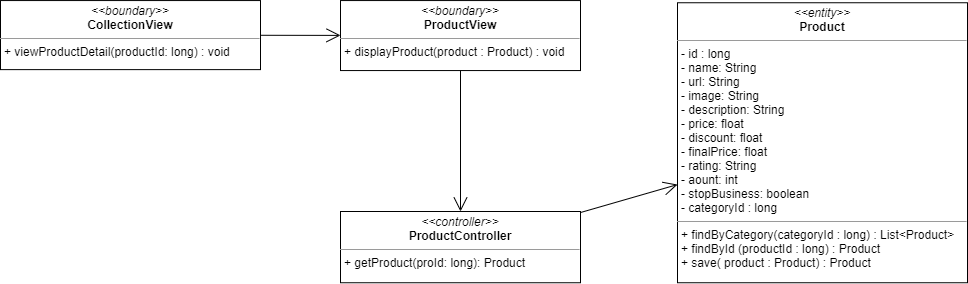
Earlier version of the draw.io export image-class/get-productDetail-class-diagram.png (nguyenphamvan/datn_20202). Source tidied: cells renumbered, new cells last; positions are measured from the earlier drawing's top-left corner, leaving out a move shared by most shapes. Its diagram source:
```xml
<mxGraphModel>
  <root>
    <mxCell id="0" />
    <mxCell id="1" parent="0" />
    <mxCell id="2" value="&lt;p style=&quot;margin: 0px ; margin-top: 4px ; text-align: center&quot;&gt;&lt;i&gt;&amp;lt;&amp;lt;boundary&amp;gt;&amp;gt;&lt;/i&gt;&lt;br&gt;&lt;b&gt;ProductView&lt;/b&gt;&lt;/p&gt;&lt;hr size=&quot;1&quot;&gt;&lt;p style=&quot;margin: 0px ; margin-left: 4px&quot;&gt;&lt;span&gt;+ displayProduct(product : Product) : void&lt;/span&gt;&lt;/p&gt;" style="verticalAlign=top;align=left;overflow=fill;fontSize=12;fontFamily=Helvetica;html=1;" parent="1" vertex="1">
      <mxGeometry x="340" y="0.1" width="240" height="70" as="geometry" />
    </mxCell>
    <mxCell id="3" value="&lt;p style=&quot;margin: 0px ; margin-top: 4px ; text-align: center&quot;&gt;&lt;i&gt;&amp;lt;&amp;lt;controller&amp;gt;&amp;gt;&lt;/i&gt;&lt;br&gt;&lt;b&gt;ProductController&lt;/b&gt;&lt;/p&gt;&lt;hr size=&quot;1&quot;&gt;&lt;p style=&quot;margin: 0px ; margin-left: 4px&quot;&gt;+ getProduct(proId: long): Product&lt;br&gt;&lt;/p&gt;" style="verticalAlign=top;align=left;overflow=fill;fontSize=12;fontFamily=Helvetica;html=1;" parent="1" vertex="1">
      <mxGeometry x="340" y="211" width="240" height="71.2" as="geometry" />
    </mxCell>
    <mxCell id="4" value="&lt;p style=&quot;margin: 0px ; margin-top: 4px ; text-align: center&quot;&gt;&lt;i&gt;&amp;lt;&amp;lt;entity&amp;gt;&amp;gt;&lt;/i&gt;&lt;br&gt;&lt;b&gt;Product&lt;/b&gt;&lt;/p&gt;&lt;hr size=&quot;1&quot;&gt;&lt;p style=&quot;margin: 0px ; margin-left: 4px&quot;&gt;- id : long&lt;/p&gt;&lt;p style=&quot;margin: 0px ; margin-left: 4px&quot;&gt;- name: String&lt;br&gt;- url: String&lt;/p&gt;&lt;p style=&quot;margin: 0px ; margin-left: 4px&quot;&gt;- image: String&lt;/p&gt;&lt;p style=&quot;margin: 0px ; margin-left: 4px&quot;&gt;- description: String&lt;/p&gt;&lt;p style=&quot;margin: 0px ; margin-left: 4px&quot;&gt;- price: float&lt;/p&gt;&lt;p style=&quot;margin: 0px ; margin-left: 4px&quot;&gt;- discount: float&lt;/p&gt;&lt;p style=&quot;margin: 0px ; margin-left: 4px&quot;&gt;- finalPrice: float&lt;/p&gt;&lt;p style=&quot;margin: 0px ; margin-left: 4px&quot;&gt;- rating: String&lt;/p&gt;&lt;p style=&quot;margin: 0px ; margin-left: 4px&quot;&gt;- aount: int&lt;/p&gt;&lt;p style=&quot;margin: 0px ; margin-left: 4px&quot;&gt;- stopBusiness: boolean&lt;/p&gt;&lt;p style=&quot;margin: 0px ; margin-left: 4px&quot;&gt;- categoryId : long&lt;/p&gt;&lt;hr size=&quot;1&quot;&gt;&lt;p style=&quot;margin: 0px 0px 0px 4px&quot;&gt;+ findByCategory(categoryId : long) : List&amp;lt;Product&amp;gt;&lt;/p&gt;&lt;p style=&quot;margin: 0px 0px 0px 4px&quot;&gt;+ findById (productId : long) : Product&lt;/p&gt;&lt;p style=&quot;margin: 0px 0px 0px 4px&quot;&gt;+ save( product : Product) : Product&lt;/p&gt;" style="verticalAlign=top;align=left;overflow=fill;fontSize=12;fontFamily=Helvetica;html=1;" parent="1" vertex="1">
      <mxGeometry x="677" y="2.2" width="290" height="280" as="geometry" />
    </mxCell>
    <mxCell id="5" style="endArrow=open;endFill=1;endSize=12;html=1;" parent="1" edge="1" source="3" target="4">
      <mxGeometry relative="1" as="geometry" />
    </mxCell>
    <mxCell id="6" value="&lt;p style=&quot;margin: 0px ; margin-top: 4px ; text-align: center&quot;&gt;&lt;i&gt;&amp;lt;&amp;lt;boundary&amp;gt;&amp;gt;&lt;/i&gt;&lt;br&gt;&lt;b&gt;CollectionView&lt;/b&gt;&lt;/p&gt;&lt;hr size=&quot;1&quot;&gt;&lt;p style=&quot;margin: 0px ; margin-left: 4px&quot;&gt;&lt;span&gt;+ viewProductDetail(productId: long) : void&lt;/span&gt;&lt;/p&gt;" style="verticalAlign=top;align=left;overflow=fill;fontSize=12;fontFamily=Helvetica;html=1;" parent="1" vertex="1">
      <mxGeometry y="0.1" width="260" height="69.1" as="geometry" />
    </mxCell>
    <mxCell id="7" style="endArrow=open;endFill=1;endSize=12;html=1;" parent="1" edge="1" source="6" target="2">
      <mxGeometry relative="1" as="geometry" />
    </mxCell>
    <mxCell id="8" style="endArrow=open;endFill=1;endSize=12;html=1;" parent="1" edge="1" source="2" target="3">
      <mxGeometry relative="1" as="geometry" />
    </mxCell>
  </root>
</mxGraphModel>
```
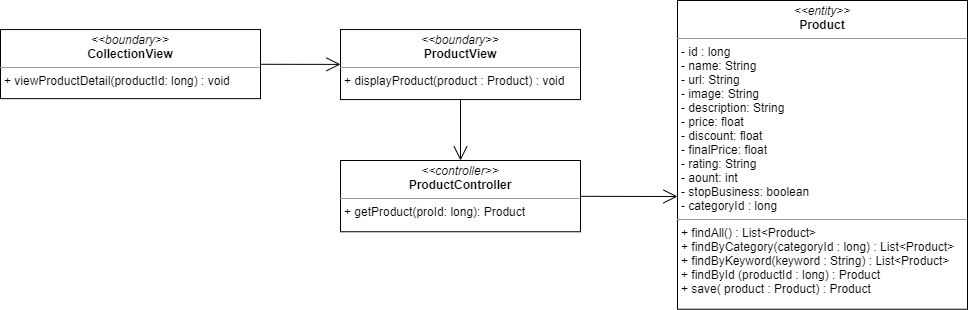
The same diagram one commit later.

The edit, as a diff of the source:
```diff
@@ -6,13 +6,15 @@
       <mxGeometry x="340" y="0.1" width="240" height="70" as="geometry" />
     </mxCell>
     <mxCell id="3" value="&lt;p style=&quot;margin: 0px ; margin-top: 4px ; text-align: center&quot;&gt;&lt;i&gt;&amp;lt;&amp;lt;controller&amp;gt;&amp;gt;&lt;/i&gt;&lt;br&gt;&lt;b&gt;ProductController&lt;/b&gt;&lt;/p&gt;&lt;hr size=&quot;1&quot;&gt;&lt;p style=&quot;margin: 0px ; margin-left: 4px&quot;&gt;+ getProduct(proId: long): Product&lt;br&gt;&lt;/p&gt;" style="verticalAlign=top;align=left;overflow=fill;fontSize=12;fontFamily=Helvetica;html=1;" parent="1" vertex="1">
-      <mxGeometry x="340" y="211" width="240" height="71.2" as="geometry" />
+      <mxGeometry x="340" y="131" width="240" height="71.2" as="geometry" />
     </mxCell>
-    <mxCell id="4" value="&lt;p style=&quot;margin: 0px ; margin-top: 4px ; text-align: center&quot;&gt;&lt;i&gt;&amp;lt;&amp;lt;entity&amp;gt;&amp;gt;&lt;/i&gt;&lt;br&gt;&lt;b&gt;Product&lt;/b&gt;&lt;/p&gt;&lt;hr size=&quot;1&quot;&gt;&lt;p style=&quot;margin: 0px ; margin-left: 4px&quot;&gt;- id : long&lt;/p&gt;&lt;p style=&quot;margin: 0px ; margin-left: 4px&quot;&gt;- name: String&lt;br&gt;- url: String&lt;/p&gt;&lt;p style=&quot;margin: 0px ; margin-left: 4px&quot;&gt;- image: String&lt;/p&gt;&lt;p style=&quot;margin: 0px ; margin-left: 4px&quot;&gt;- description: String&lt;/p&gt;&lt;p style=&quot;margin: 0px ; margin-left: 4px&quot;&gt;- price: float&lt;/p&gt;&lt;p style=&quot;margin: 0px ; margin-left: 4px&quot;&gt;- discount: float&lt;/p&gt;&lt;p style=&quot;margin: 0px ; margin-left: 4px&quot;&gt;- finalPrice: float&lt;/p&gt;&lt;p style=&quot;margin: 0px ; margin-left: 4px&quot;&gt;- rating: String&lt;/p&gt;&lt;p style=&quot;margin: 0px ; margin-left: 4px&quot;&gt;- aount: int&lt;/p&gt;&lt;p style=&quot;margin: 0px ; margin-left: 4px&quot;&gt;- stopBusiness: boolean&lt;/p&gt;&lt;p style=&quot;margin: 0px ; margin-left: 4px&quot;&gt;- categoryId : long&lt;/p&gt;&lt;hr size=&quot;1&quot;&gt;&lt;p style=&quot;margin: 0px 0px 0px 4px&quot;&gt;+ findByCategory(categoryId : long) : List&amp;lt;Product&amp;gt;&lt;/p&gt;&lt;p style=&quot;margin: 0px 0px 0px 4px&quot;&gt;+ findById (productId : long) : Product&lt;/p&gt;&lt;p style=&quot;margin: 0px 0px 0px 4px&quot;&gt;+ save( product : Product) : Product&lt;/p&gt;" style="verticalAlign=top;align=left;overflow=fill;fontSize=12;fontFamily=Helvetica;html=1;" parent="1" vertex="1">
-      <mxGeometry x="677" y="2.2" width="290" height="280" as="geometry" />
+    <mxCell id="4" value="&lt;p style=&quot;margin: 0px ; margin-top: 4px ; text-align: center&quot;&gt;&lt;i&gt;&amp;lt;&amp;lt;entity&amp;gt;&amp;gt;&lt;/i&gt;&lt;br&gt;&lt;b&gt;Product&lt;/b&gt;&lt;/p&gt;&lt;hr size=&quot;1&quot;&gt;&lt;p style=&quot;margin: 0px ; margin-left: 4px&quot;&gt;- id : long&lt;/p&gt;&lt;p style=&quot;margin: 0px ; margin-left: 4px&quot;&gt;- name: String&lt;br&gt;- url: String&lt;/p&gt;&lt;p style=&quot;margin: 0px ; margin-left: 4px&quot;&gt;- image: String&lt;/p&gt;&lt;p style=&quot;margin: 0px ; margin-left: 4px&quot;&gt;- description: String&lt;/p&gt;&lt;p style=&quot;margin: 0px ; margin-left: 4px&quot;&gt;- price: float&lt;/p&gt;&lt;p style=&quot;margin: 0px ; margin-left: 4px&quot;&gt;- discount: float&lt;/p&gt;&lt;p style=&quot;margin: 0px ; margin-left: 4px&quot;&gt;- finalPrice: float&lt;/p&gt;&lt;p style=&quot;margin: 0px ; margin-left: 4px&quot;&gt;- rating: String&lt;/p&gt;&lt;p style=&quot;margin: 0px ; margin-left: 4px&quot;&gt;- aount: int&lt;/p&gt;&lt;p style=&quot;margin: 0px ; margin-left: 4px&quot;&gt;- stopBusiness: boolean&lt;/p&gt;&lt;p style=&quot;margin: 0px ; margin-left: 4px&quot;&gt;- categoryId : long&lt;/p&gt;&lt;hr size=&quot;1&quot;&gt;&lt;p style=&quot;margin: 0px 0px 0px 4px&quot;&gt;+ findAll() : List&amp;lt;Product&amp;gt;&lt;/p&gt;&lt;p style=&quot;margin: 0px 0px 0px 4px&quot;&gt;+ findByCategory(categoryId : long) : List&amp;lt;Product&amp;gt;&lt;/p&gt;&lt;p style=&quot;margin: 0px 0px 0px 4px&quot;&gt;+ findByKeyword(keyword : String) : List&amp;lt;Product&amp;gt;&lt;/p&gt;&lt;p style=&quot;margin: 0px 0px 0px 4px&quot;&gt;+ findById (productId : long) : Product&lt;/p&gt;&lt;p style=&quot;margin: 0px 0px 0px 4px&quot;&gt;+ save( product : Product) : Product&lt;/p&gt;" style="verticalAlign=top;align=left;overflow=fill;fontSize=12;fontFamily=Helvetica;html=1;" parent="1" vertex="1">
+      <mxGeometry x="677" y="-29" width="290" height="308.8" as="geometry" />
     </mxCell>
-    <mxCell id="5" style="endArrow=open;endFill=1;endSize=12;html=1;" parent="1" edge="1" source="3" target="4">
-      <mxGeometry relative="1" as="geometry" />
+    <mxCell id="5" style="endArrow=open;endFill=1;endSize=12;html=1;" parent="1" edge="1" source="3">
+      <mxGeometry relative="1" as="geometry">
+        <mxPoint x="677" y="167" as="targetPoint" />
+      </mxGeometry>
     </mxCell>
     <mxCell id="6" value="&lt;p style=&quot;margin: 0px ; margin-top: 4px ; text-align: center&quot;&gt;&lt;i&gt;&amp;lt;&amp;lt;boundary&amp;gt;&amp;gt;&lt;/i&gt;&lt;br&gt;&lt;b&gt;CollectionView&lt;/b&gt;&lt;/p&gt;&lt;hr size=&quot;1&quot;&gt;&lt;p style=&quot;margin: 0px ; margin-left: 4px&quot;&gt;&lt;span&gt;+ viewProductDetail(productId: long) : void&lt;/span&gt;&lt;/p&gt;" style="verticalAlign=top;align=left;overflow=fill;fontSize=12;fontFamily=Helvetica;html=1;" parent="1" vertex="1">
       <mxGeometry y="0.1" width="260" height="69.1" as="geometry" />
```
